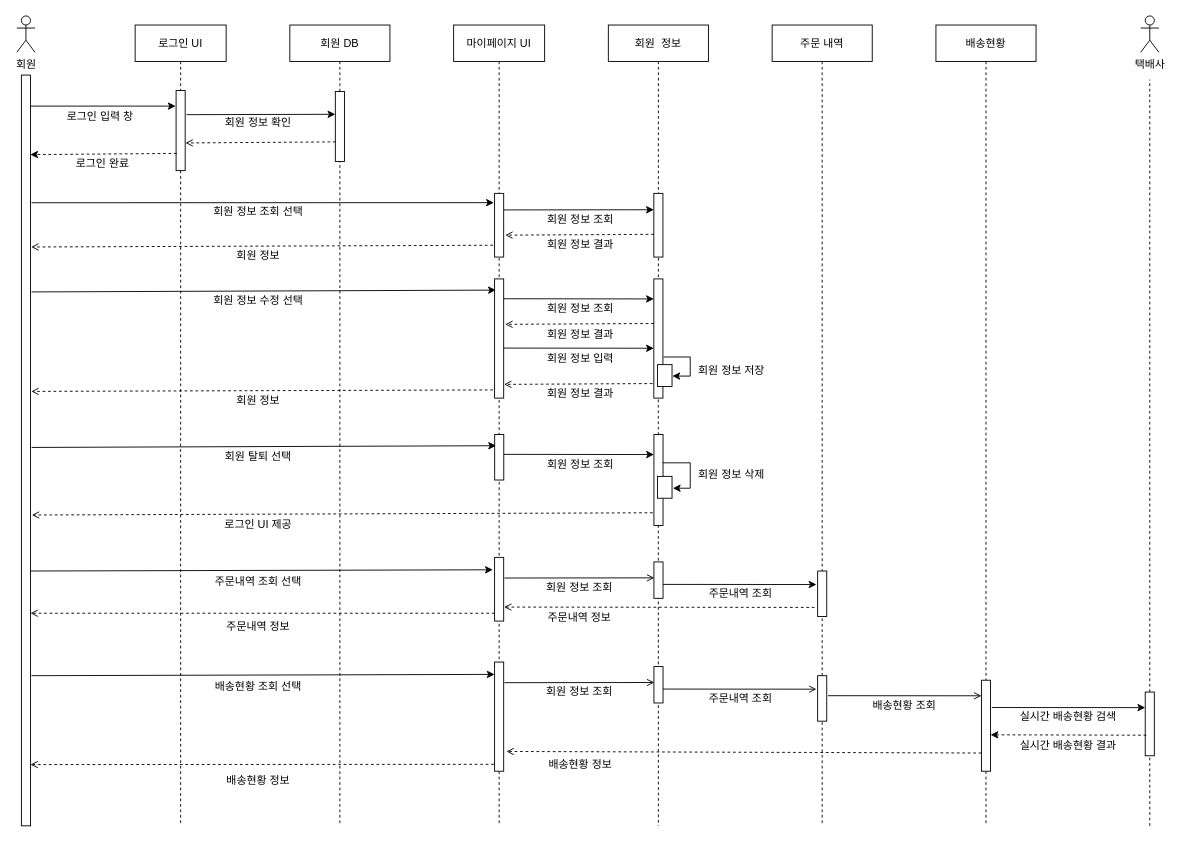
The draw.io diagram Untitled Diagram.drawio in itsdam/JAVA, before the edit. Source tidied: cells renumbered, new cells numbered last; positions are measured from the earlier drawing's top-left corner, leaving out a move shared by most shapes. Both pictures are drawn from the tidied source at 91%, with x=0, y=0 at pixel (16, 15).
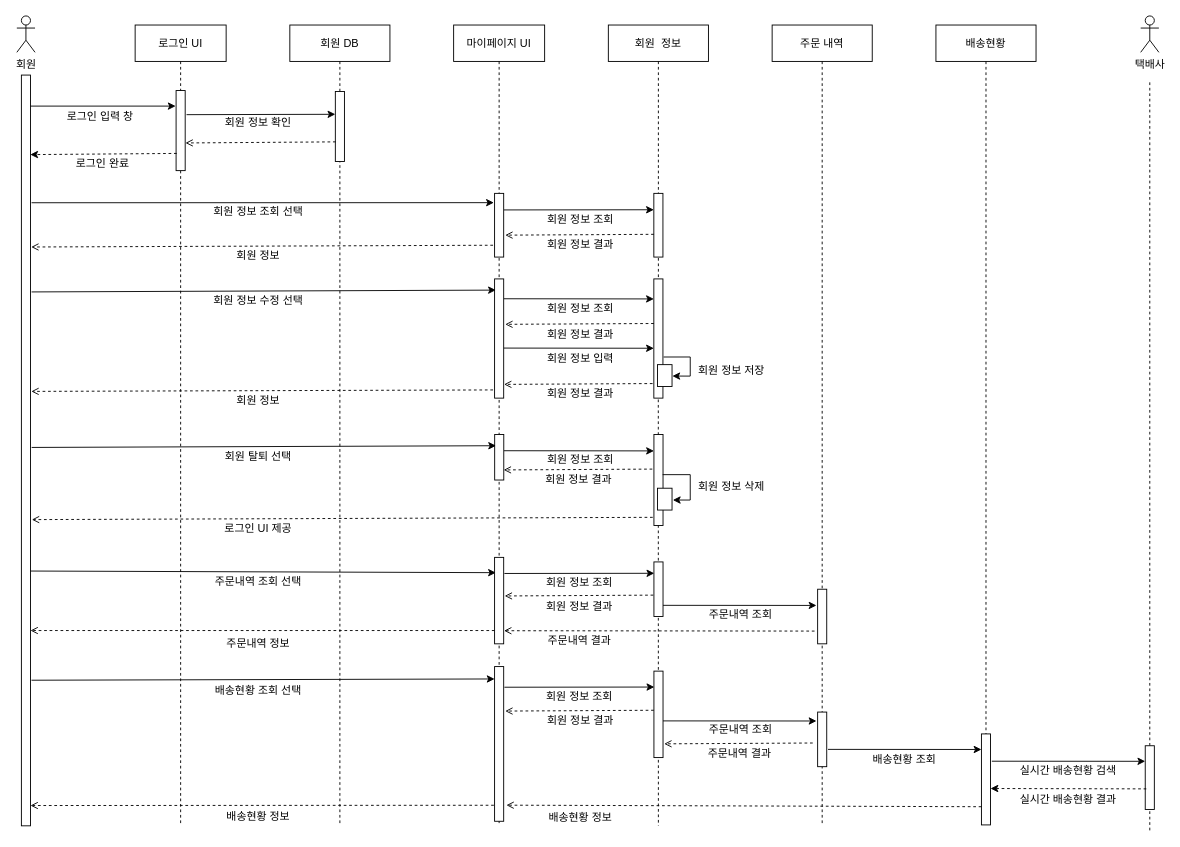
The same page after the edit.

The change refers to these unchanged cells:
```xml
<mxCell id="11" value="마이페이지 UI" style="shape=umlLifeline;perimeter=lifelinePerimeter;rounded=0;shadow=0;strokeWidth=1;" parent="1" vertex="1">
  <mxGeometry x="480" y="10" width="100" height="880" as="geometry" />
</mxCell>
<mxCell id="18" style="points=[];perimeter=orthogonalPerimeter;rounded=0;shadow=0;strokeWidth=1;" parent="1" vertex="1">
  <mxGeometry x="5" y="65" width="10" height="825" as="geometry" />
</mxCell>
<mxCell id="20" value="회원 DB" style="shape=umlLifeline;perimeter=lifelinePerimeter;rounded=0;shadow=0;strokeWidth=1;" parent="1" vertex="1">
  <mxGeometry x="300" y="10" width="110" height="880" as="geometry" />
</mxCell>
<mxCell id="30" value="주문 내역" style="shape=umlLifeline;perimeter=lifelinePerimeter;rounded=0;shadow=0;strokeWidth=1;" parent="1" vertex="1">
  <mxGeometry x="830" y="10" width="110" height="880" as="geometry" />
</mxCell>
<mxCell id="33" value="배송현황" style="shape=umlLifeline;perimeter=lifelinePerimeter;rounded=0;shadow=0;strokeWidth=1;" parent="1" vertex="1">
  <mxGeometry x="1010" y="10" width="110" height="880" as="geometry" />
</mxCell>
```

Diff of the diagram source:
```diff
@@
-    <mxCell id="14" style="endArrow=classic;html=1;rounded=0;exitX=1.116;exitY=0.27;exitDx=0;exitDy=0;exitPerimeter=0;entryX=-0.199;entryY=0.195;entryDx=0;entryDy=0;entryPerimeter=0;" parent="11" edge="1" target="15">
+    <mxCell id="14" style="endArrow=classic;html=1;rounded=0;exitX=1.116;exitY=0.27;exitDx=0;exitDy=0;exitPerimeter=0;entryX=0.144;entryY=0.177;entryDx=0;entryDy=0;entryPerimeter=0;" parent="11" edge="1" target="15">
       <mxGeometry relative="1" as="geometry">
         <mxPoint x="-470" y="600" as="sourcePoint" />
       </mxGeometry>
     </mxCell>
     <mxCell id="15" style="points=[];perimeter=orthogonalPerimeter;rounded=0;shadow=0;strokeWidth=1;" parent="11" vertex="1">
-      <mxGeometry x="45" y="585" width="10" height="70" as="geometry" />
+      <mxGeometry x="45" y="585" width="10" height="95" as="geometry" />
     </mxCell>
@@
-    <mxCell id="22" style="endArrow=open;html=1;rounded=0;dashed=1;endFill=0;exitX=-0.141;exitY=0.544;exitDx=0;exitDy=0;exitPerimeter=0;" parent="20" edge="1" target="18">
+    <mxCell id="22" style="endArrow=open;html=1;rounded=0;dashed=1;endFill=0;exitX=-0.141;exitY=0.544;exitDx=0;exitDy=0;exitPerimeter=0;" parent="20" edge="1">
       <mxGeometry relative="1" as="geometry">
-        <mxPoint x="225" y="646.4" as="sourcePoint" />
+        <mxPoint x="225" y="665.4" as="sourcePoint" />
+        <mxPoint x="-285" y="665.4" as="targetPoint" />
       </mxGeometry>
     </mxCell>
@@
     <mxCell id="31" style="points=[];perimeter=orthogonalPerimeter;rounded=0;shadow=0;strokeWidth=1;" parent="30" vertex="1">
-      <mxGeometry x="50" y="600" width="10" height="50" as="geometry" />
+      <mxGeometry x="50" y="620" width="10" height="60" as="geometry" />
     </mxCell>
-    <mxCell id="32" style="endArrow=classic;html=1;rounded=0;entryX=-0.131;entryY=0.297;entryDx=0;entryDy=0;entryPerimeter=0;exitX=1.022;exitY=0.36;exitDx=0;exitDy=0;exitPerimeter=0;endFill=1;" parent="30" edge="1" target="31">
+    <mxCell id="32" style="endArrow=classic;html=1;rounded=0;entryX=-0.131;entryY=0.297;entryDx=0;entryDy=0;entryPerimeter=0;exitX=1.022;exitY=0.36;exitDx=0;exitDy=0;exitPerimeter=0;endFill=1;" parent="30" edge="1">
       <mxGeometry relative="1" as="geometry">
-        <mxPoint x="-119.9" y="614.7" as="sourcePoint" />
+        <mxPoint x="-119.9" y="637.7" as="sourcePoint" />
+        <mxPoint x="48.7" y="637.8" as="targetPoint" />
       </mxGeometry>
     </mxCell>
+    <mxCell id="96" style="perimeter=orthogonalPerimeter;rounded=0;shadow=0;strokeWidth=1;" parent="30" vertex="1">
+      <mxGeometry x="50" y="755" width="10" height="60" as="geometry" />
+    </mxCell>
+    <mxCell id="97" style="endArrow=classic;html=1;rounded=0;entryX=-0.131;entryY=0.297;entryDx=0;entryDy=0;entryPerimeter=0;exitX=1.022;exitY=0.36;exitDx=0;exitDy=0;exitPerimeter=0;endFill=1;" parent="30" edge="1">
+      <mxGeometry relative="1" as="geometry">
+        <mxPoint x="-119.9" y="764.7" as="sourcePoint" />
+        <mxPoint x="48.7" y="764.8" as="targetPoint" />
+      </mxGeometry>
+    </mxCell>
+    <mxCell id="83" value="주문내역 조회" style="text;html=1;align=center;verticalAlign=middle;strokeColor=none;fillColor=none;" parent="30" vertex="1">
+      <mxGeometry x="-80" y="765" width="90" height="20" as="geometry" />
+    </mxCell>
+    <mxCell id="98" style="endArrow=open;html=1;rounded=0;dashed=1;entryX=1.03;entryY=0.253;entryDx=0;entryDy=0;entryPerimeter=0;endFill=0;exitX=-0.141;exitY=0.544;exitDx=0;exitDy=0;exitPerimeter=0;" parent="30" edge="1">
+      <mxGeometry relative="1" as="geometry">
+        <mxPoint x="44.6" y="789" as="sourcePoint" />
+        <mxPoint x="-118.6" y="789.9" as="targetPoint" />
+      </mxGeometry>
+    </mxCell>
+    <mxCell id="99" value="주문내역 결과" style="text;html=1;align=center;verticalAlign=middle;strokeColor=none;fillColor=none;" parent="30" vertex="1">
+      <mxGeometry x="-81.4" y="791" width="90" height="20" as="geometry" />
+    </mxCell>
@@
     <mxCell id="34" style="perimeter=orthogonalPerimeter;rounded=0;shadow=0;strokeWidth=1;" parent="33" vertex="1">
-      <mxGeometry x="50" y="720" width="10" height="100" as="geometry" />
+      <mxGeometry x="50" y="779" width="10" height="100" as="geometry" />
     </mxCell>
-    <mxCell id="35" style="endArrow=open;html=1;rounded=0;entryX=-0.131;entryY=0.297;entryDx=0;entryDy=0;entryPerimeter=0;exitX=1.022;exitY=0.36;exitDx=0;exitDy=0;exitPerimeter=0;endFill=0;" parent="33" edge="1">
+    <mxCell id="35" style="endArrow=classic;html=1;rounded=0;entryX=-0.131;entryY=0.297;entryDx=0;entryDy=0;entryPerimeter=0;exitX=1.022;exitY=0.36;exitDx=0;exitDy=0;exitPerimeter=0;endFill=1;" parent="33" edge="1">
       <mxGeometry relative="1" as="geometry">
-        <mxPoint x="-118.6" y="737" as="sourcePoint" />
-        <mxPoint x="50" y="737.1" as="targetPoint" />
+        <mxPoint x="-118.6" y="796" as="sourcePoint" />
+        <mxPoint x="50" y="796.1" as="targetPoint" />
       </mxGeometry>
     </mxCell>
-    <mxCell id="36" style="endArrow=open;html=1;rounded=0;dashed=1;endFill=0;exitX=-0.141;exitY=0.544;exitDx=0;exitDy=0;exitPerimeter=0;entryX=1.3;entryY=0.819;entryDx=0;entryDy=0;entryPerimeter=0;" parent="33" edge="1" target="76">
+    <mxCell id="36" style="endArrow=open;html=1;rounded=0;dashed=1;endFill=0;exitX=-0.141;exitY=0.544;exitDx=0;exitDy=0;exitPerimeter=0;entryX=1.3;entryY=0.819;entryDx=0;entryDy=0;entryPerimeter=0;" parent="33" edge="1">
       <mxGeometry relative="1" as="geometry">
-        <mxPoint x="50" y="800" as="sourcePoint" />
+        <mxPoint x="50" y="859" as="sourcePoint" />
+        <mxPoint x="-472" y="857.3" as="targetPoint" />
       </mxGeometry>
     </mxCell>
@@
     <mxCell id="60" style="endArrow=classic;html=1;rounded=0;entryX=-0.177;entryY=0.155;entryDx=0;entryDy=0;entryPerimeter=0;exitX=1.022;exitY=0.189;exitDx=0;exitDy=0;exitPerimeter=0;" parent="1" edge="1">
       <mxGeometry relative="1" as="geometry">
-        <mxPoint x="535.4" y="481.8" as="sourcePoint" />
-        <mxPoint x="700.1" y="482" as="targetPoint" />
+        <mxPoint x="535.4" y="477.8" as="sourcePoint" />
+        <mxPoint x="700.1" y="478" as="targetPoint" />
       </mxGeometry>
     </mxCell>
     <mxCell id="61" value="회원 정보 조회" style="text;html=1;align=center;verticalAlign=middle;strokeColor=none;fillColor=none;" parent="1" vertex="1">
-      <mxGeometry x="574.1" y="483" width="90" height="20" as="geometry" />
+      <mxGeometry x="574.1" y="478" width="90" height="20" as="geometry" />
     </mxCell>
     <mxCell id="62" style="perimeter=orthogonalPerimeter;rounded=0;shadow=0;strokeWidth=1;" parent="1" vertex="1">
-      <mxGeometry x="704" y="506" width="16" height="24" as="geometry" />
+      <mxGeometry x="704" y="519" width="16" height="24" as="geometry" />
     </mxCell>
     <mxCell id="63" value="회원 정보 삭제" style="text;html=1;align=center;verticalAlign=middle;strokeColor=none;fillColor=none;" parent="1" vertex="1">
-      <mxGeometry x="740" y="494" width="90" height="20" as="geometry" />
+      <mxGeometry x="740" y="507" width="90" height="20" as="geometry" />
     </mxCell>
-    <mxCell id="64" style="endArrow=open;html=1;rounded=0;dashed=1;entryX=1.151;entryY=0.586;entryDx=0;entryDy=0;entryPerimeter=0;endFill=0;exitX=-0.141;exitY=0.544;exitDx=0;exitDy=0;exitPerimeter=0;" parent="1" edge="1" target="18">
+    <mxCell id="64" style="endArrow=open;html=1;rounded=0;dashed=1;entryX=1.151;entryY=0.586;entryDx=0;entryDy=0;entryPerimeter=0;endFill=0;exitX=-0.141;exitY=0.544;exitDx=0;exitDy=0;exitPerimeter=0;" parent="1" edge="1">
       <mxGeometry relative="1" as="geometry">
-        <mxPoint x="698.8" y="546" as="sourcePoint" />
+        <mxPoint x="698.8" y="551" as="sourcePoint" />
+        <mxPoint x="16.5" y="553.5" as="targetPoint" />
       </mxGeometry>
     </mxCell>
     <mxCell id="65" style="endArrow=classic;html=1;rounded=0;edgeStyle=orthogonalEdgeStyle;exitX=0.956;exitY=0.207;exitDx=0;exitDy=0;exitPerimeter=0;entryX=1.055;entryY=0.502;entryDx=0;entryDy=0;entryPerimeter=0;" parent="1" edge="1">
       <mxGeometry relative="1" as="geometry">
-        <mxPoint x="709.7" y="491.1" as="sourcePoint" />
-        <mxPoint x="720.9" y="519" as="targetPoint" />
+        <mxPoint x="709.7" y="504.1" as="sourcePoint" />
+        <mxPoint x="720.9" y="532" as="targetPoint" />
         <Array as="points">
-          <mxPoint x="740" y="491" />
-          <mxPoint x="740" y="519" />
+          <mxPoint x="740" y="504" />
+          <mxPoint x="740" y="532" />
         </Array>
       </mxGeometry>
     </mxCell>
     <mxCell id="66" value="로그인 UI 제공" style="text;html=1;align=center;verticalAlign=middle;strokeColor=none;fillColor=none;" parent="1" vertex="1">
-      <mxGeometry x="220" y="549" width="90" height="20" as="geometry" />
+      <mxGeometry x="220" y="554" width="90" height="20" as="geometry" />
     </mxCell>
@@
     <mxCell id="68" style="perimeter=orthogonalPerimeter;rounded=0;shadow=0;strokeWidth=1;" parent="1" vertex="1">
-      <mxGeometry x="700.1" y="600" width="10" height="40" as="geometry" />
+      <mxGeometry x="700.1" y="600" width="10" height="60" as="geometry" />
     </mxCell>
-    <mxCell id="69" style="endArrow=open;html=1;rounded=0;entryX=-0.177;entryY=0.155;entryDx=0;entryDy=0;entryPerimeter=0;exitX=1.022;exitY=0.36;exitDx=0;exitDy=0;exitPerimeter=0;endFill=0;" parent="1" edge="1">
+    <mxCell id="69" style="endArrow=classic;html=1;rounded=0;entryX=-0.177;entryY=0.155;entryDx=0;entryDy=0;entryPerimeter=0;exitX=1.022;exitY=0.36;exitDx=0;exitDy=0;exitPerimeter=0;endFill=1;" parent="1" edge="1">
       <mxGeometry relative="1" as="geometry">
-        <mxPoint x="535.8" y="617.7" as="sourcePoint" />
-        <mxPoint x="700.5" y="617.5" as="targetPoint" />
+        <mxPoint x="535.8" y="612.7" as="sourcePoint" />
+        <mxPoint x="700.5" y="612.5" as="targetPoint" />
       </mxGeometry>
     </mxCell>
     <mxCell id="70" value="회원 정보 조회" style="text;html=1;align=center;verticalAlign=middle;strokeColor=none;fillColor=none;" parent="1" vertex="1">
-      <mxGeometry x="572.5" y="617.5" width="90" height="20" as="geometry" />
+      <mxGeometry x="572.5" y="612.5" width="90" height="20" as="geometry" />
     </mxCell>
     <mxCell id="71" value="주문내역 조회" style="text;html=1;align=center;verticalAlign=middle;strokeColor=none;fillColor=none;" parent="1" vertex="1">
-      <mxGeometry x="750" y="625" width="90" height="20" as="geometry" />
+      <mxGeometry x="750" y="648" width="90" height="20" as="geometry" />
     </mxCell>
-    <mxCell id="72" style="endArrow=open;html=1;rounded=0;dashed=1;endFill=0;exitX=-0.141;exitY=0.544;exitDx=0;exitDy=0;exitPerimeter=0;entryX=1.043;entryY=0.78;entryDx=0;entryDy=0;entryPerimeter=0;" parent="1" edge="1" target="15">
+    <mxCell id="72" style="endArrow=open;html=1;rounded=0;dashed=1;endFill=0;exitX=-0.141;exitY=0.544;exitDx=0;exitDy=0;exitPerimeter=0;entryX=1.043;entryY=0.78;entryDx=0;entryDy=0;entryPerimeter=0;" parent="1" edge="1">
       <mxGeometry relative="1" as="geometry">
-        <mxPoint x="876.6" y="650" as="sourcePoint" />
+        <mxPoint x="876.6" y="676" as="sourcePoint" />
+        <mxPoint x="535.4" y="675.6" as="targetPoint" />
       </mxGeometry>
     </mxCell>
-    <mxCell id="73" value="주문내역 정보" style="text;html=1;align=center;verticalAlign=middle;strokeColor=none;fillColor=none;" parent="1" vertex="1">
-      <mxGeometry x="572.5" y="651" width="90" height="20" as="geometry" />
+    <mxCell id="73" value="주문내역 결과" style="text;html=1;align=center;verticalAlign=middle;strokeColor=none;fillColor=none;" parent="1" vertex="1">
+      <mxGeometry x="572.5" y="677" width="90" height="20" as="geometry" />
     </mxCell>
     <mxCell id="74" value="주문내역 정보" style="text;html=1;align=center;verticalAlign=middle;strokeColor=none;fillColor=none;" parent="1" vertex="1">
-      <mxGeometry x="220" y="661" width="90" height="20" as="geometry" />
+      <mxGeometry x="220" y="680" width="90" height="20" as="geometry" />
     </mxCell>
-    <mxCell id="75" style="endArrow=classic;html=1;rounded=0;entryX=-0.199;entryY=0.195;entryDx=0;entryDy=0;entryPerimeter=0;exitX=1.111;exitY=0.8;exitDx=0;exitDy=0;exitPerimeter=0;" parent="1" edge="1" source="18">
+    <mxCell id="75" style="endArrow=classic;html=1;rounded=0;entryX=-0.199;entryY=0.195;entryDx=0;entryDy=0;entryPerimeter=0;exitX=1.111;exitY=0.8;exitDx=0;exitDy=0;exitPerimeter=0;" parent="1" edge="1">
       <mxGeometry relative="1" as="geometry">
-        <mxPoint x="525" y="723.6" as="targetPoint" />
+        <mxPoint x="16.1" y="730" as="sourcePoint" />
+        <mxPoint x="525" y="728.6" as="targetPoint" />
       </mxGeometry>
     </mxCell>
     <mxCell id="76" style="points=[];perimeter=orthogonalPerimeter;rounded=0;shadow=0;strokeWidth=1;" parent="1" vertex="1">
-      <mxGeometry x="525" y="710" width="10" height="120" as="geometry" />
+      <mxGeometry x="525" y="715" width="10" height="170" as="geometry" />
     </mxCell>
-    <mxCell id="77" style="points=[];perimeter=orthogonalPerimeter;rounded=0;shadow=0;strokeWidth=1;" parent="1" vertex="1">
-      <mxGeometry x="880" y="725" width="10" height="50" as="geometry" />
-    </mxCell>
-    <mxCell id="78" style="endArrow=open;html=1;rounded=0;entryX=-0.131;entryY=0.297;entryDx=0;entryDy=0;entryPerimeter=0;exitX=1.022;exitY=0.36;exitDx=0;exitDy=0;exitPerimeter=0;endFill=0;" parent="1" edge="1" target="77">
-      <mxGeometry relative="1" as="geometry">
-        <mxPoint x="710.1" y="739.7" as="sourcePoint" />
-      </mxGeometry>
-    </mxCell>
     <mxCell id="79" value="배송현황 조회 선택" style="text;html=1;align=center;verticalAlign=middle;strokeColor=none;fillColor=none;" parent="1" vertex="1">
-      <mxGeometry x="205.1" y="727" width="120" height="20" as="geometry" />
+      <mxGeometry x="205.1" y="732" width="120" height="20" as="geometry" />
     </mxCell>
     <mxCell id="80" style="perimeter=orthogonalPerimeter;rounded=0;shadow=0;strokeWidth=1;" parent="1" vertex="1">
-      <mxGeometry x="700.1" y="715" width="10" height="40" as="geometry" />
+      <mxGeometry x="700.1" y="720" width="10" height="95" as="geometry" />
     </mxCell>
-    <mxCell id="81" style="endArrow=open;html=1;rounded=0;entryX=-0.177;entryY=0.155;entryDx=0;entryDy=0;entryPerimeter=0;exitX=1.022;exitY=0.36;exitDx=0;exitDy=0;exitPerimeter=0;endFill=0;" parent="1" edge="1">
+    <mxCell id="81" style="endArrow=classic;html=1;rounded=0;entryX=-0.177;entryY=0.155;entryDx=0;entryDy=0;entryPerimeter=0;exitX=1.022;exitY=0.36;exitDx=0;exitDy=0;exitPerimeter=0;endFill=1;" parent="1" edge="1">
       <mxGeometry relative="1" as="geometry">
-        <mxPoint x="535.8" y="732.7" as="sourcePoint" />
-        <mxPoint x="700.5" y="732.5" as="targetPoint" />
+        <mxPoint x="535.8" y="737.7" as="sourcePoint" />
+        <mxPoint x="700.5" y="737.5" as="targetPoint" />
       </mxGeometry>
     </mxCell>
     <mxCell id="82" value="회원 정보 조회" style="text;html=1;align=center;verticalAlign=middle;strokeColor=none;fillColor=none;" parent="1" vertex="1">
-      <mxGeometry x="572.5" y="732.5" width="90" height="20" as="geometry" />
+      <mxGeometry x="572.5" y="737.5" width="90" height="20" as="geometry" />
     </mxCell>
-    <mxCell id="83" value="주문내역 조회" style="text;html=1;align=center;verticalAlign=middle;strokeColor=none;fillColor=none;" parent="1" vertex="1">
-      <mxGeometry x="750" y="740" width="90" height="20" as="geometry" />
-    </mxCell>
     <mxCell id="84" value="배송현황 조회" style="text;html=1;align=center;verticalAlign=middle;strokeColor=none;fillColor=none;" parent="1" vertex="1">
-      <mxGeometry x="930" y="748" width="90" height="20" as="geometry" />
+      <mxGeometry x="930" y="807" width="90" height="20" as="geometry" />
     </mxCell>
@@
     <mxCell id="87" style="points=[];perimeter=orthogonalPerimeter;rounded=0;shadow=0;strokeWidth=1;" parent="1" vertex="1">
-      <mxGeometry x="1240" y="743" width="10" height="70" as="geometry" />
+      <mxGeometry x="1240" y="802" width="10" height="70" as="geometry" />
     </mxCell>
     <mxCell id="88" style="endArrow=none;dashed=1;html=1;rounded=0;startArrow=none;" parent="1" edge="1" target="87">
       <mxGeometry relative="1" as="geometry">
-        <mxPoint x="1245" y="890" as="sourcePoint" />
+        <mxPoint x="1245" y="895" as="sourcePoint" />
       </mxGeometry>
     </mxCell>
     <mxCell id="89" style="endArrow=classic;html=1;rounded=0;entryX=-0.131;entryY=0.297;entryDx=0;entryDy=0;entryPerimeter=0;exitX=1.022;exitY=0.36;exitDx=0;exitDy=0;exitPerimeter=0;endFill=1;" parent="1" edge="1">
       <mxGeometry relative="1" as="geometry">
-        <mxPoint x="1071.4" y="760" as="sourcePoint" />
-        <mxPoint x="1240" y="760.1" as="targetPoint" />
+        <mxPoint x="1071.4" y="819" as="sourcePoint" />
+        <mxPoint x="1240" y="819.1" as="targetPoint" />
       </mxGeometry>
     </mxCell>
     <mxCell id="90" value="실시간 배송현황 검색" style="text;html=1;align=center;verticalAlign=middle;strokeColor=none;fillColor=none;" parent="1" vertex="1">
-      <mxGeometry x="1090" y="760" width="130" height="20" as="geometry" />
+      <mxGeometry x="1090" y="819" width="130" height="20" as="geometry" />
     </mxCell>
     <mxCell id="91" style="endArrow=classic;html=1;rounded=0;dashed=1;endFill=1;exitX=-0.141;exitY=0.544;exitDx=0;exitDy=0;exitPerimeter=0;" parent="1" edge="1">
       <mxGeometry relative="1" as="geometry">
-        <mxPoint x="1241.2" y="790.4" as="sourcePoint" />
-        <mxPoint x="1070" y="790" as="targetPoint" />
+        <mxPoint x="1241.2" y="849.4" as="sourcePoint" />
+        <mxPoint x="1070" y="849" as="targetPoint" />
       </mxGeometry>
     </mxCell>
     <mxCell id="92" value="실시간 배송현황 결과" style="text;html=1;align=center;verticalAlign=middle;strokeColor=none;fillColor=none;" parent="1" vertex="1">
-      <mxGeometry x="1090" y="792" width="130" height="20" as="geometry" />
+      <mxGeometry x="1090" y="851" width="130" height="20" as="geometry" />
     </mxCell>
     <mxCell id="93" value="배송현황 정보" style="text;html=1;align=center;verticalAlign=middle;strokeColor=none;fillColor=none;" parent="1" vertex="1">
-      <mxGeometry x="574" y="813" width="90" height="20" as="geometry" />
+      <mxGeometry x="574.1" y="871" width="90" height="20" as="geometry" />
     </mxCell>
     <mxCell id="94" style="endArrow=open;html=1;rounded=0;dashed=1;endFill=0;exitX=-0.141;exitY=0.544;exitDx=0;exitDy=0;exitPerimeter=0;entryX=1.081;entryY=0.692;entryDx=0;entryDy=0;entryPerimeter=0;" parent="1" edge="1">
       <mxGeometry relative="1" as="geometry">
-        <mxPoint x="524.2" y="822.4" as="sourcePoint" />
-        <mxPoint x="15" y="822.7" as="targetPoint" />
+        <mxPoint x="524.2" y="867.4" as="sourcePoint" />
+        <mxPoint x="15" y="867.7" as="targetPoint" />
       </mxGeometry>
     </mxCell>
     <mxCell id="95" value="배송현황 정보" style="text;html=1;align=center;verticalAlign=middle;strokeColor=none;fillColor=none;" parent="1" vertex="1">
-      <mxGeometry x="220" y="830" width="90" height="20" as="geometry" />
+      <mxGeometry x="220" y="870" width="90" height="20" as="geometry" />
     </mxCell>
+    <mxCell id="100" style="endArrow=open;html=1;rounded=0;dashed=1;entryX=1.03;entryY=0.253;entryDx=0;entryDy=0;entryPerimeter=0;endFill=0;exitX=-0.141;exitY=0.544;exitDx=0;exitDy=0;exitPerimeter=0;" parent="1" edge="1">
+      <mxGeometry relative="1" as="geometry">
+        <mxPoint x="698.3" y="498" as="sourcePoint" />
+        <mxPoint x="535" y="498.9" as="targetPoint" />
+      </mxGeometry>
+    </mxCell>
+    <mxCell id="101" value="회원 정보 결과" style="text;html=1;align=center;verticalAlign=middle;strokeColor=none;fillColor=none;" parent="1" vertex="1">
+      <mxGeometry x="572.3" y="500" width="90" height="20" as="geometry" />
+    </mxCell>
+    <mxCell id="102" style="endArrow=open;html=1;rounded=0;dashed=1;entryX=1.03;entryY=0.253;entryDx=0;entryDy=0;entryPerimeter=0;endFill=0;exitX=-0.141;exitY=0.544;exitDx=0;exitDy=0;exitPerimeter=0;" parent="1" edge="1">
+      <mxGeometry relative="1" as="geometry">
+        <mxPoint x="699.4" y="636.5" as="sourcePoint" />
+        <mxPoint x="536.1" y="637.4" as="targetPoint" />
+      </mxGeometry>
+    </mxCell>
+    <mxCell id="103" value="회원 정보 결과" style="text;html=1;align=center;verticalAlign=middle;strokeColor=none;fillColor=none;" parent="1" vertex="1">
+      <mxGeometry x="573.4" y="638.5" width="90" height="20" as="geometry" />
+    </mxCell>
+    <mxCell id="104" style="endArrow=open;html=1;rounded=0;dashed=1;entryX=1.03;entryY=0.253;entryDx=0;entryDy=0;entryPerimeter=0;endFill=0;exitX=-0.141;exitY=0.544;exitDx=0;exitDy=0;exitPerimeter=0;" parent="1" edge="1">
+      <mxGeometry relative="1" as="geometry">
+        <mxPoint x="700" y="763" as="sourcePoint" />
+        <mxPoint x="536.7" y="763.9" as="targetPoint" />
+      </mxGeometry>
+    </mxCell>
+    <mxCell id="105" value="회원 정보 결과" style="text;html=1;align=center;verticalAlign=middle;strokeColor=none;fillColor=none;" parent="1" vertex="1">
+      <mxGeometry x="574" y="765" width="90" height="20" as="geometry" />
+    </mxCell>
```
